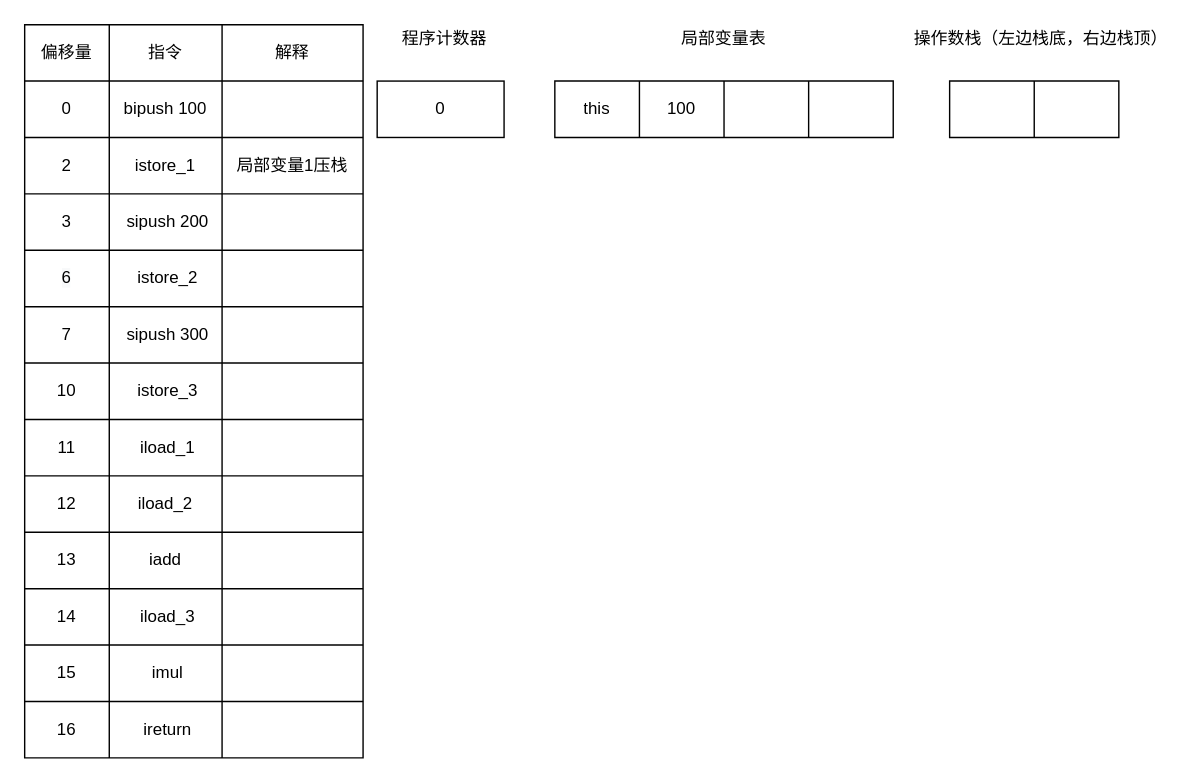
Above: jvm/局部变量表，操作数栈，程序计数器执行过程.drawio in erlieStar/diagrams (draw.io), before the change. Source tidied: cells renumbered, new cells numbered last; positions are measured from the earlier drawing's top-left corner, leaving out a move shared by most shapes. Both pictures are drawn from the tidied source at 141%, with x=0, y=0 at pixel (24, 24).
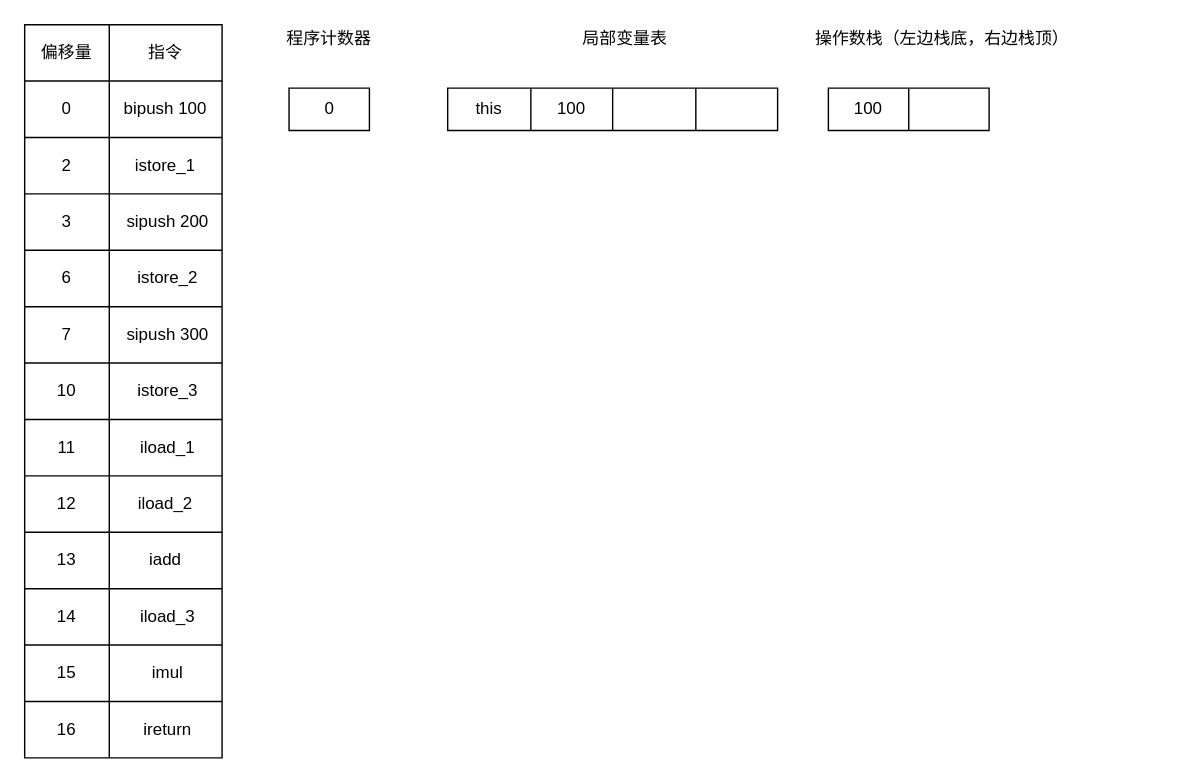
Above is the later version.

Commit message (it also covers changes not shown here):
Update 局部变量表，操作数栈，程序计数器执行过程.drawio

Change to the diagram source:
```diff
@@
     <mxCell id="2" style="shape=table;html=1;whiteSpace=wrap;startSize=0;childLayout=tableLayout;" parent="1" vertex="1">
-      <mxGeometry width="240" height="520" as="geometry" />
+      <mxGeometry width="140" height="520" as="geometry" />
     </mxCell>
     <mxCell id="3" style="shape=partialRectangle;html=1;whiteSpace=wrap;fillColor=none;top=0;left=0;bottom=0;right=0;" parent="2" vertex="1">
-      <mxGeometry width="240" height="40" as="geometry" />
+      <mxGeometry width="140" height="40" as="geometry" />
     </mxCell>
@@
-    <mxCell id="6" value="解释" style="shape=partialRectangle;html=1;whiteSpace=wrap;fillColor=none;top=0;left=0;bottom=0;right=0;overflow=hidden;" parent="3" vertex="1">
-      <mxGeometry x="140" width="100" height="40" as="geometry" />
-    </mxCell>
     <mxCell id="7" style="shape=partialRectangle;html=1;whiteSpace=wrap;fillColor=none;top=0;left=0;bottom=0;right=0;" parent="2" vertex="1">
-      <mxGeometry y="40" width="240" height="40" as="geometry" />
+      <mxGeometry y="40" width="140" height="40" as="geometry" />
     </mxCell>
@@
-    <mxCell id="10" style="shape=partialRectangle;html=1;whiteSpace=wrap;fillColor=none;top=0;left=0;bottom=0;right=0;overflow=hidden;" parent="7" vertex="1">
-      <mxGeometry x="140" width="100" height="40" as="geometry" />
-    </mxCell>
     <mxCell id="11" style="shape=partialRectangle;html=1;whiteSpace=wrap;fillColor=none;top=0;left=0;bottom=0;right=0;" parent="2" vertex="1">
-      <mxGeometry y="80" width="240" height="40" as="geometry" />
+      <mxGeometry y="80" width="140" height="40" as="geometry" />
     </mxCell>
@@
-    <mxCell id="14" value="局部变量1压栈" style="shape=partialRectangle;html=1;whiteSpace=wrap;fillColor=none;top=0;left=0;bottom=0;right=0;overflow=hidden;" parent="11" vertex="1">
-      <mxGeometry x="140" width="100" height="40" as="geometry" />
-    </mxCell>
     <mxCell id="15" style="shape=partialRectangle;html=1;whiteSpace=wrap;fillColor=none;top=0;left=0;bottom=0;right=0;" parent="2" vertex="1">
-      <mxGeometry y="120" width="240" height="40" as="geometry" />
+      <mxGeometry y="120" width="140" height="40" as="geometry" />
     </mxCell>
@@
-    <mxCell id="18" style="shape=partialRectangle;html=1;whiteSpace=wrap;fillColor=none;top=0;left=0;bottom=0;right=0;overflow=hidden;" parent="15" vertex="1">
-      <mxGeometry x="140" width="100" height="40" as="geometry" />
-    </mxCell>
     <mxCell id="19" style="shape=partialRectangle;html=1;whiteSpace=wrap;fillColor=none;top=0;left=0;bottom=0;right=0;" parent="2" vertex="1">
-      <mxGeometry y="160" width="240" height="40" as="geometry" />
+      <mxGeometry y="160" width="140" height="40" as="geometry" />
     </mxCell>
@@
-    <mxCell id="22" style="shape=partialRectangle;html=1;whiteSpace=wrap;fillColor=none;top=0;left=0;bottom=0;right=0;overflow=hidden;" parent="19" vertex="1">
-      <mxGeometry x="140" width="100" height="40" as="geometry" />
-    </mxCell>
     <mxCell id="23" style="shape=partialRectangle;html=1;whiteSpace=wrap;fillColor=none;top=0;left=0;bottom=0;right=0;" parent="2" vertex="1">
-      <mxGeometry y="200" width="240" height="40" as="geometry" />
+      <mxGeometry y="200" width="140" height="40" as="geometry" />
     </mxCell>
@@
-    <mxCell id="26" style="shape=partialRectangle;html=1;whiteSpace=wrap;fillColor=none;top=0;left=0;bottom=0;right=0;overflow=hidden;" parent="23" vertex="1">
-      <mxGeometry x="140" width="100" height="40" as="geometry" />
-    </mxCell>
     <mxCell id="27" style="shape=partialRectangle;html=1;whiteSpace=wrap;fillColor=none;top=0;left=0;bottom=0;right=0;" parent="2" vertex="1">
-      <mxGeometry y="240" width="240" height="40" as="geometry" />
+      <mxGeometry y="240" width="140" height="40" as="geometry" />
     </mxCell>
@@
-    <mxCell id="30" style="shape=partialRectangle;html=1;whiteSpace=wrap;fillColor=none;top=0;left=0;bottom=0;right=0;overflow=hidden;" parent="27" vertex="1">
-      <mxGeometry x="140" width="100" height="40" as="geometry" />
-    </mxCell>
     <mxCell id="31" style="shape=partialRectangle;html=1;whiteSpace=wrap;fillColor=none;top=0;left=0;bottom=0;right=0;" parent="2" vertex="1">
-      <mxGeometry y="280" width="240" height="40" as="geometry" />
+      <mxGeometry y="280" width="140" height="40" as="geometry" />
     </mxCell>
@@
-    <mxCell id="34" style="shape=partialRectangle;html=1;whiteSpace=wrap;fillColor=none;top=0;left=0;bottom=0;right=0;overflow=hidden;" parent="31" vertex="1">
-      <mxGeometry x="140" width="100" height="40" as="geometry" />
-    </mxCell>
     <mxCell id="35" style="shape=partialRectangle;html=1;whiteSpace=wrap;fillColor=none;top=0;left=0;bottom=0;right=0;" parent="2" vertex="1">
-      <mxGeometry y="320" width="240" height="40" as="geometry" />
+      <mxGeometry y="320" width="140" height="40" as="geometry" />
     </mxCell>
@@
-    <mxCell id="38" style="shape=partialRectangle;html=1;whiteSpace=wrap;fillColor=none;top=0;left=0;bottom=0;right=0;overflow=hidden;" parent="35" vertex="1">
-      <mxGeometry x="140" width="100" height="40" as="geometry" />
-    </mxCell>
     <mxCell id="39" style="shape=partialRectangle;html=1;whiteSpace=wrap;fillColor=none;top=0;left=0;bottom=0;right=0;" parent="2" vertex="1">
-      <mxGeometry y="360" width="240" height="40" as="geometry" />
+      <mxGeometry y="360" width="140" height="40" as="geometry" />
     </mxCell>
@@
-    <mxCell id="42" style="shape=partialRectangle;html=1;whiteSpace=wrap;fillColor=none;top=0;left=0;bottom=0;right=0;overflow=hidden;" parent="39" vertex="1">
-      <mxGeometry x="140" width="100" height="40" as="geometry" />
-    </mxCell>
     <mxCell id="43" style="shape=partialRectangle;html=1;whiteSpace=wrap;fillColor=none;top=0;left=0;bottom=0;right=0;" parent="2" vertex="1">
-      <mxGeometry y="400" width="240" height="40" as="geometry" />
+      <mxGeometry y="400" width="140" height="40" as="geometry" />
     </mxCell>
@@
-    <mxCell id="46" style="shape=partialRectangle;html=1;whiteSpace=wrap;fillColor=none;top=0;left=0;bottom=0;right=0;overflow=hidden;" parent="43" vertex="1">
-      <mxGeometry x="140" width="100" height="40" as="geometry" />
-    </mxCell>
     <mxCell id="47" style="shape=partialRectangle;html=1;whiteSpace=wrap;fillColor=none;top=0;left=0;bottom=0;right=0;" parent="2" vertex="1">
-      <mxGeometry y="440" width="240" height="40" as="geometry" />
+      <mxGeometry y="440" width="140" height="40" as="geometry" />
     </mxCell>
@@
-    <mxCell id="50" style="shape=partialRectangle;html=1;whiteSpace=wrap;fillColor=none;top=0;left=0;bottom=0;right=0;overflow=hidden;" parent="47" vertex="1">
-      <mxGeometry x="140" width="100" height="40" as="geometry" />
-    </mxCell>
     <mxCell id="51" style="shape=partialRectangle;html=1;whiteSpace=wrap;fillColor=none;top=0;left=0;bottom=0;right=0;" parent="2" vertex="1">
-      <mxGeometry y="480" width="240" height="40" as="geometry" />
+      <mxGeometry y="480" width="140" height="40" as="geometry" />
     </mxCell>
@@
-    <mxCell id="54" style="shape=partialRectangle;html=1;whiteSpace=wrap;fillColor=none;top=0;left=0;bottom=0;right=0;overflow=hidden;" parent="51" vertex="1">
-      <mxGeometry x="140" width="100" height="40" as="geometry" />
-    </mxCell>
-    <mxCell id="55" value="0" style="rounded=0;whiteSpace=wrap;html=1;" parent="1" vertex="1">
-      <mxGeometry x="250" y="40" width="90" height="40" as="geometry" />
-    </mxCell>
     <mxCell id="56" value="程序计数器" style="text;html=1;strokeColor=none;fillColor=none;align=center;verticalAlign=middle;whiteSpace=wrap;rounded=0;" parent="1" vertex="1">
-      <mxGeometry x="250" width="96" height="20" as="geometry" />
+      <mxGeometry x="168" width="96" height="20" as="geometry" />
     </mxCell>
     <mxCell id="57" value="局部变量表" style="text;html=1;strokeColor=none;fillColor=none;align=center;verticalAlign=middle;whiteSpace=wrap;rounded=0;" parent="1" vertex="1">
-      <mxGeometry x="448" width="96" height="20" as="geometry" />
+      <mxGeometry x="378" width="96" height="20" as="geometry" />
     </mxCell>
     <mxCell id="58" style="shape=table;html=1;whiteSpace=wrap;startSize=0;childLayout=tableLayout;" parent="1" vertex="1">
-      <mxGeometry x="376" y="40" width="240" height="40" as="geometry" />
+      <mxGeometry x="300" y="45" width="234" height="30" as="geometry" />
     </mxCell>
     <mxCell id="59" style="shape=partialRectangle;html=1;whiteSpace=wrap;fillColor=none;top=0;left=0;bottom=0;right=0;" parent="58" vertex="1">
-      <mxGeometry width="240" height="40" as="geometry" />
+      <mxGeometry width="234" height="30" as="geometry" />
     </mxCell>
     <mxCell id="60" value="this" style="shape=partialRectangle;html=1;whiteSpace=wrap;fillColor=none;top=0;left=0;bottom=0;right=0;overflow=hidden;" parent="59" vertex="1">
-      <mxGeometry width="60" height="40" as="geometry" />
+      <mxGeometry width="59" height="30" as="geometry" />
     </mxCell>
     <mxCell id="61" value="100" style="shape=partialRectangle;html=1;whiteSpace=wrap;fillColor=none;top=0;left=0;bottom=0;right=0;overflow=hidden;" parent="59" vertex="1">
-      <mxGeometry x="60" width="60" height="40" as="geometry" />
+      <mxGeometry x="59" width="58" height="30" as="geometry" />
     </mxCell>
     <mxCell id="62" style="shape=partialRectangle;html=1;whiteSpace=wrap;fillColor=none;top=0;left=0;bottom=0;right=0;overflow=hidden;" parent="59" vertex="1">
-      <mxGeometry x="120" width="60" height="40" as="geometry" />
+      <mxGeometry x="117" width="59" height="30" as="geometry" />
     </mxCell>
     <mxCell id="63" style="shape=partialRectangle;html=1;whiteSpace=wrap;fillColor=none;top=0;left=0;bottom=0;right=0;overflow=hidden;" parent="59" vertex="1">
-      <mxGeometry x="180" width="60" height="40" as="geometry" />
+      <mxGeometry x="176" width="58" height="30" as="geometry" />
     </mxCell>
     <mxCell id="64" value="操作数栈（左边栈底，右边栈顶）" style="text;html=1;strokeColor=none;fillColor=none;align=center;verticalAlign=middle;whiteSpace=wrap;rounded=0;" parent="1" vertex="1">
-      <mxGeometry x="626" width="190" height="20" as="geometry" />
+      <mxGeometry x="556" width="190" height="20" as="geometry" />
     </mxCell>
     <mxCell id="65" style="shape=table;html=1;whiteSpace=wrap;startSize=0;childLayout=tableLayout;" parent="1" vertex="1">
-      <mxGeometry x="656" y="40" width="120" height="40" as="geometry" />
+      <mxGeometry x="570" y="45" width="114" height="30" as="geometry" />
     </mxCell>
     <mxCell id="66" style="shape=partialRectangle;html=1;whiteSpace=wrap;fillColor=none;top=0;left=0;bottom=0;right=0;" parent="65" vertex="1">
-      <mxGeometry width="120" height="40" as="geometry" />
+      <mxGeometry width="114" height="30" as="geometry" />
     </mxCell>
-    <mxCell id="67" style="shape=partialRectangle;html=1;whiteSpace=wrap;fillColor=none;top=0;left=0;bottom=0;right=0;overflow=hidden;" parent="66" vertex="1">
-      <mxGeometry width="60" height="40" as="geometry" />
+    <mxCell id="67" value="100" style="shape=partialRectangle;html=1;whiteSpace=wrap;fillColor=none;top=0;left=0;bottom=0;right=0;overflow=hidden;" parent="66" vertex="1">
+      <mxGeometry width="57" height="30" as="geometry" />
     </mxCell>
     <mxCell id="68" style="shape=partialRectangle;html=1;whiteSpace=wrap;fillColor=none;top=0;left=0;bottom=0;right=0;overflow=hidden;" parent="66" vertex="1">
-      <mxGeometry x="60" width="60" height="40" as="geometry" />
+      <mxGeometry x="57" width="57" height="30" as="geometry" />
     </mxCell>
+    <mxCell id="69" style="shape=table;html=1;whiteSpace=wrap;startSize=0;childLayout=tableLayout;" parent="1" vertex="1">
+      <mxGeometry x="187.5" y="45" width="57" height="30" as="geometry" />
+    </mxCell>
+    <mxCell id="70" style="shape=partialRectangle;html=1;whiteSpace=wrap;fillColor=none;top=0;left=0;bottom=0;right=0;" parent="69" vertex="1">
+      <mxGeometry width="57" height="30" as="geometry" />
+    </mxCell>
+    <mxCell id="55" value="0" style="shape=partialRectangle;html=1;whiteSpace=wrap;fillColor=none;top=0;left=0;bottom=0;right=0;overflow=hidden;" parent="70" vertex="1">
+      <mxGeometry width="57" height="30" as="geometry" />
+    </mxCell>
```
